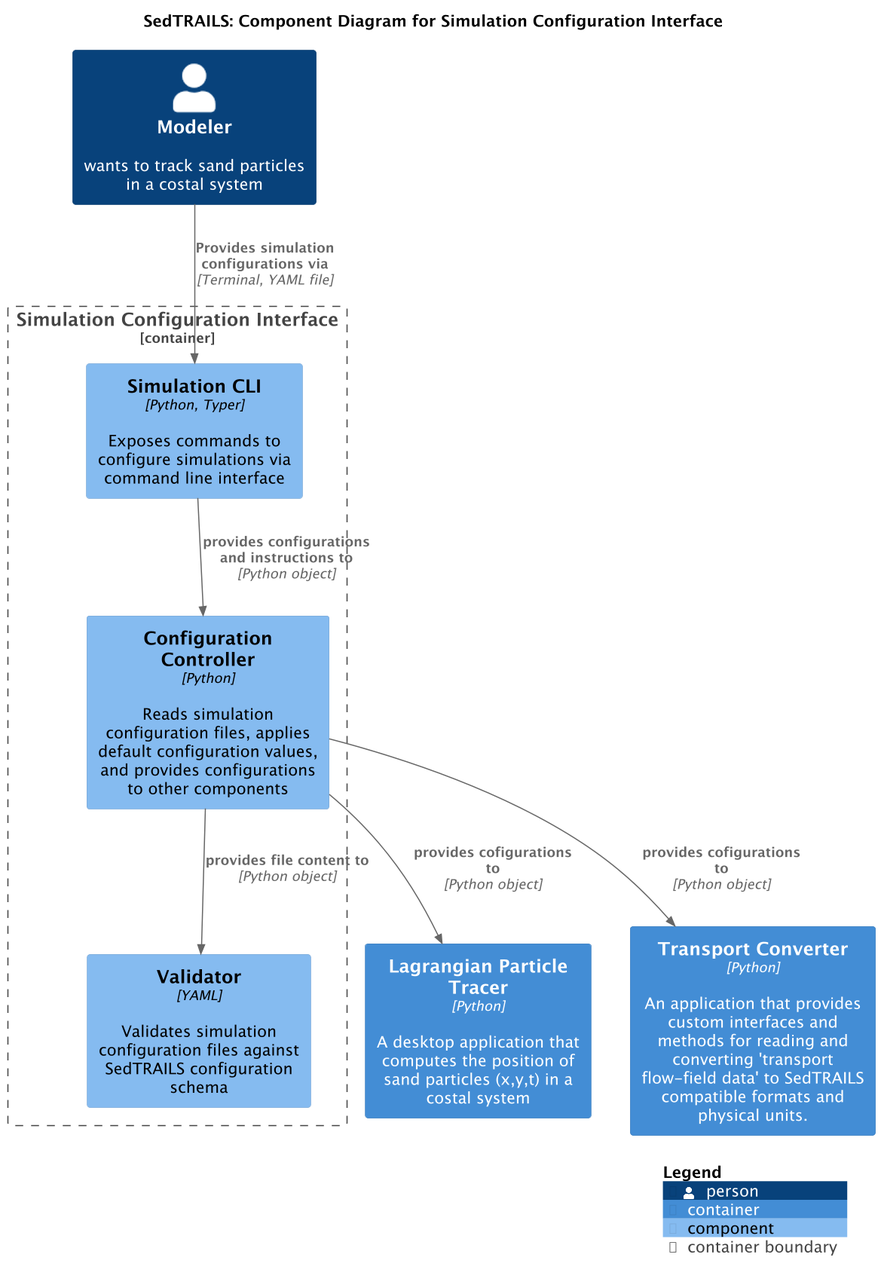
Before: docs/_static/img/architecture/SedtrailComponentsConfigurationInterface.png, a diagram exported from PlantUML (sgpearson17/sedtrails-sgp). The source it was exported from:
```plantuml
@startuml SedtrailComponentsConfigurationInterface
!include ./c4/C4_Component.puml


title SedTRAILS: Component Diagram for Simulation Configuration Interface
scale 1.5

Person(modeler, "Modeler", "wants to track sand particles in a costal system")
Container(particleTracer, "Lagrangian Particle Tracer", "Python", "A desktop application that computes the position of sand particles (x,y,t) in a costal system")
Container(transportConverter, "Transport Converter", "Python", "An application that provides custom interfaces and methods for reading and converting 'transport flow-field data' to SedTRAILS compatible formats and physical units.")

Container_Boundary(configInterface, "Simulation Configuration Interface", "Python", "An application that reads and interprets simulation configuration files"){
    Component(simulCli, "Simulation CLI", "Python, Typer", "Exposes commands to configure simulations via command line interface")
    Component(configController, "Configuration Controller", "Python", "Reads simulation configuration files, applies default configuration values, and provides configurations to other components")
    Component(configValidator, "Validator", "YAML", "Validates simulation configuration files against SedTRAILS configuration schema")
    Rel(configController, configValidator, "provides file content to", "Python object")
    Rel(simulCli, configController, "provides configurations and instructions to", "Python object")
}

Rel(modeler, simulCli, "Provides simulation configurations via", "Terminal, YAML file")
Rel(configController, particleTracer, "provides cofigurations to", "Python object")
Rel(configController, transportConverter, "provides cofigurations to", "Python object")

SHOW_LEGEND()
@enduml
```
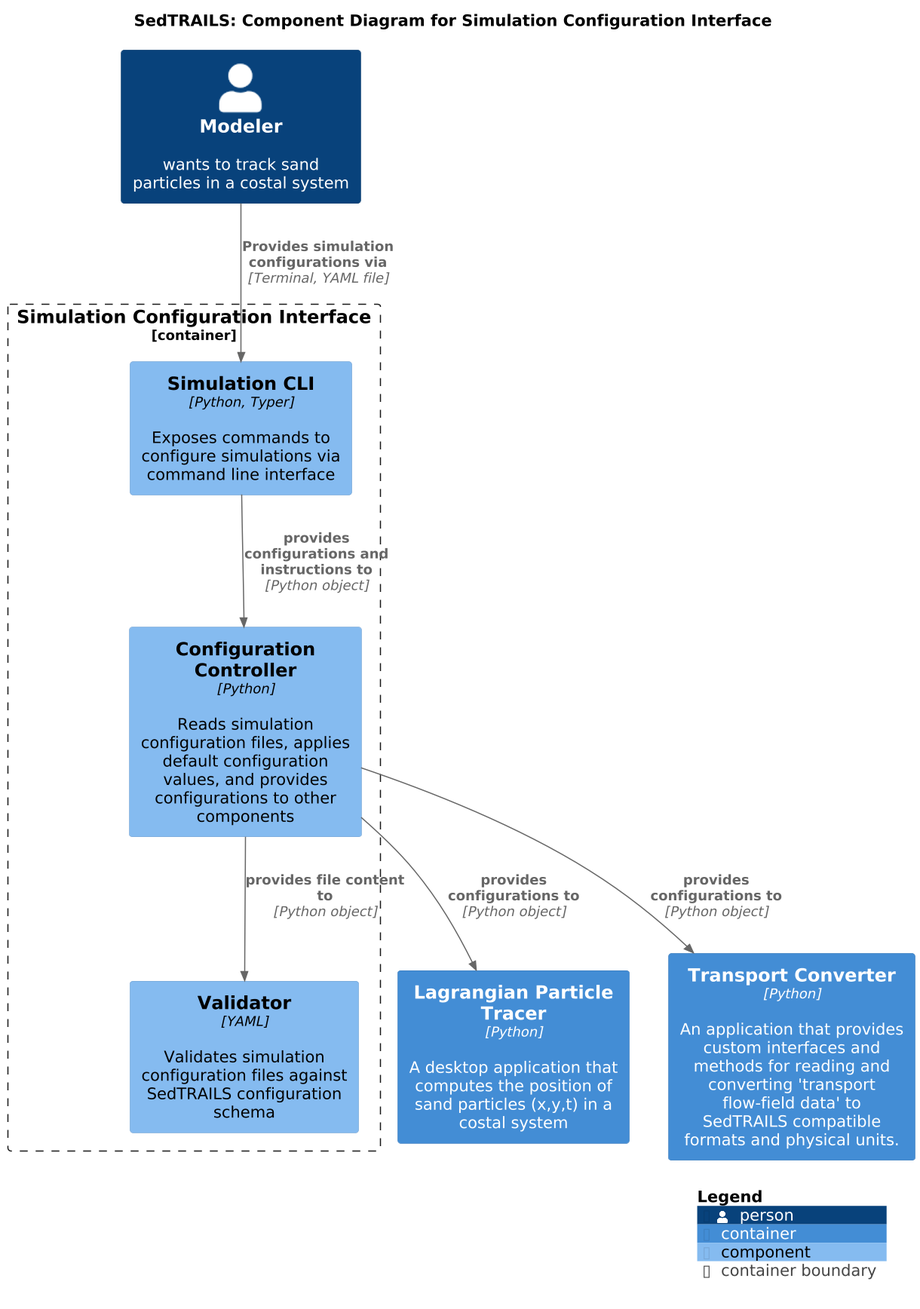
The same file after the commit.

What changed in the source:
```diff
@@ -18,8 +18,8 @@
 }
 
 Rel(modeler, simulCli, "Provides simulation configurations via", "Terminal, YAML file")
-Rel(configController, particleTracer, "provides cofigurations to", "Python object")
-Rel(configController, transportConverter, "provides cofigurations to", "Python object")
+Rel(configController, particleTracer, "provides configurations to", "Python object")
+Rel(configController, transportConverter, "provides configurations to", "Python object")
 
 SHOW_LEGEND()
 @enduml
```
